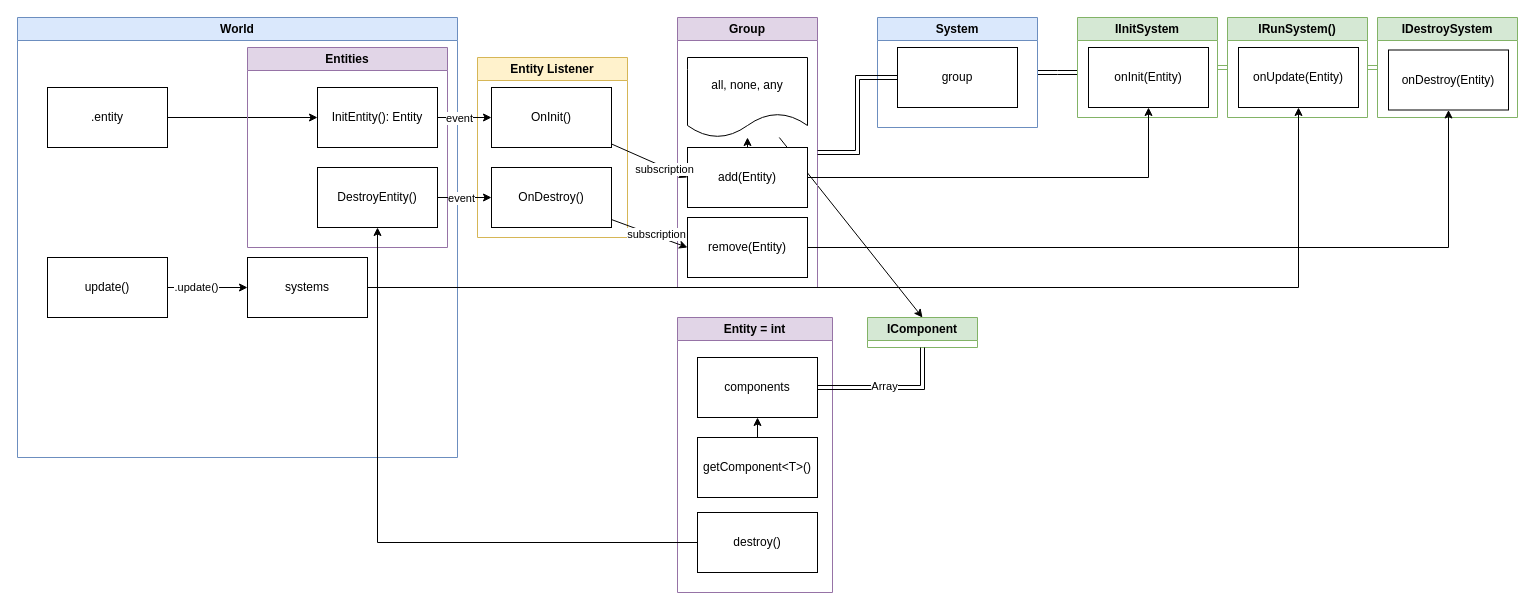
Earlier version of the draw.io diagram architecture.drawio (LargonG/kote-engine). Source tidied: cells renumbered, new cells numbered last; positions are measured from the earlier drawing's top-left corner, leaving out a move shared by most shapes. Both pictures are drawn from the tidied source at 100%, with x=0, y=0 at pixel (17, 17).
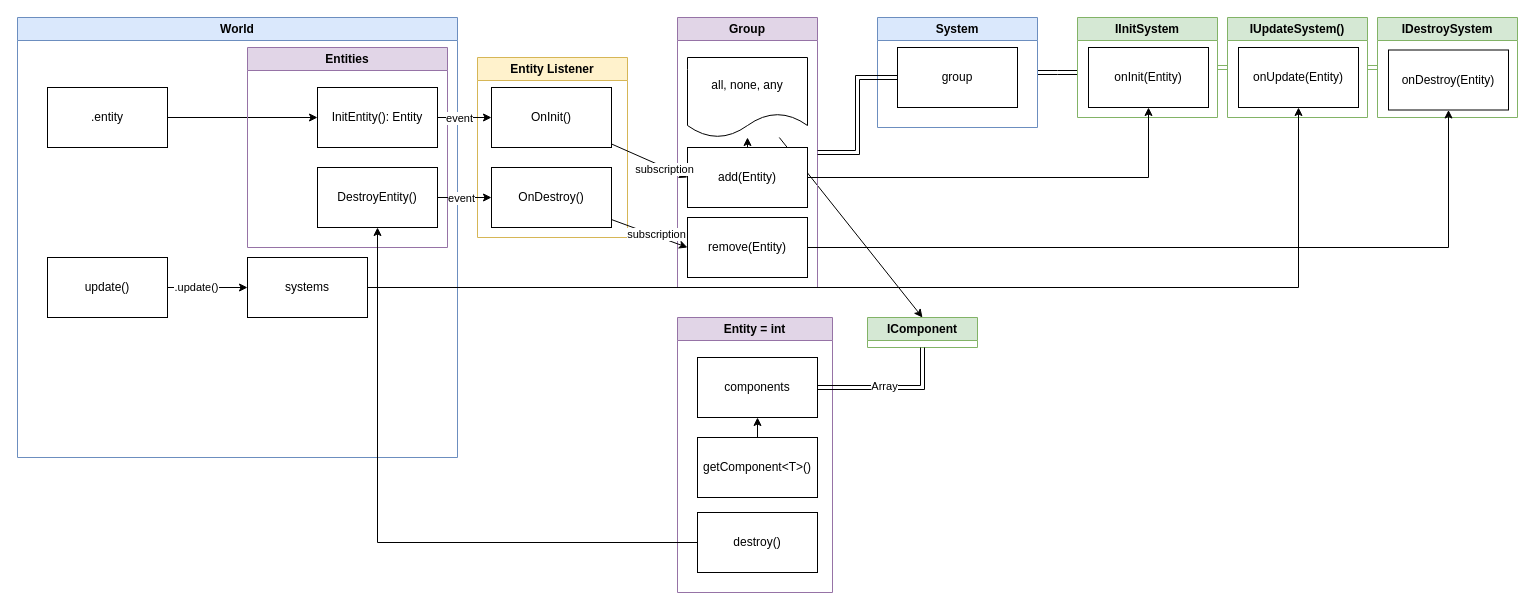
Above is the later version.

Diff of the diagram source:
```diff
@@
-    <mxCell id="46" value="IRunSystem()" style="swimlane;whiteSpace=wrap;html=1;fillColor=#d5e8d4;strokeColor=#82b366;" parent="1" vertex="1">
+    <mxCell id="46" value="IUpdateSystem()" style="swimlane;whiteSpace=wrap;html=1;fillColor=#d5e8d4;strokeColor=#82b366;" parent="1" vertex="1">
       <mxGeometry x="1210" width="140" height="100" as="geometry" />
     </mxCell>
```
